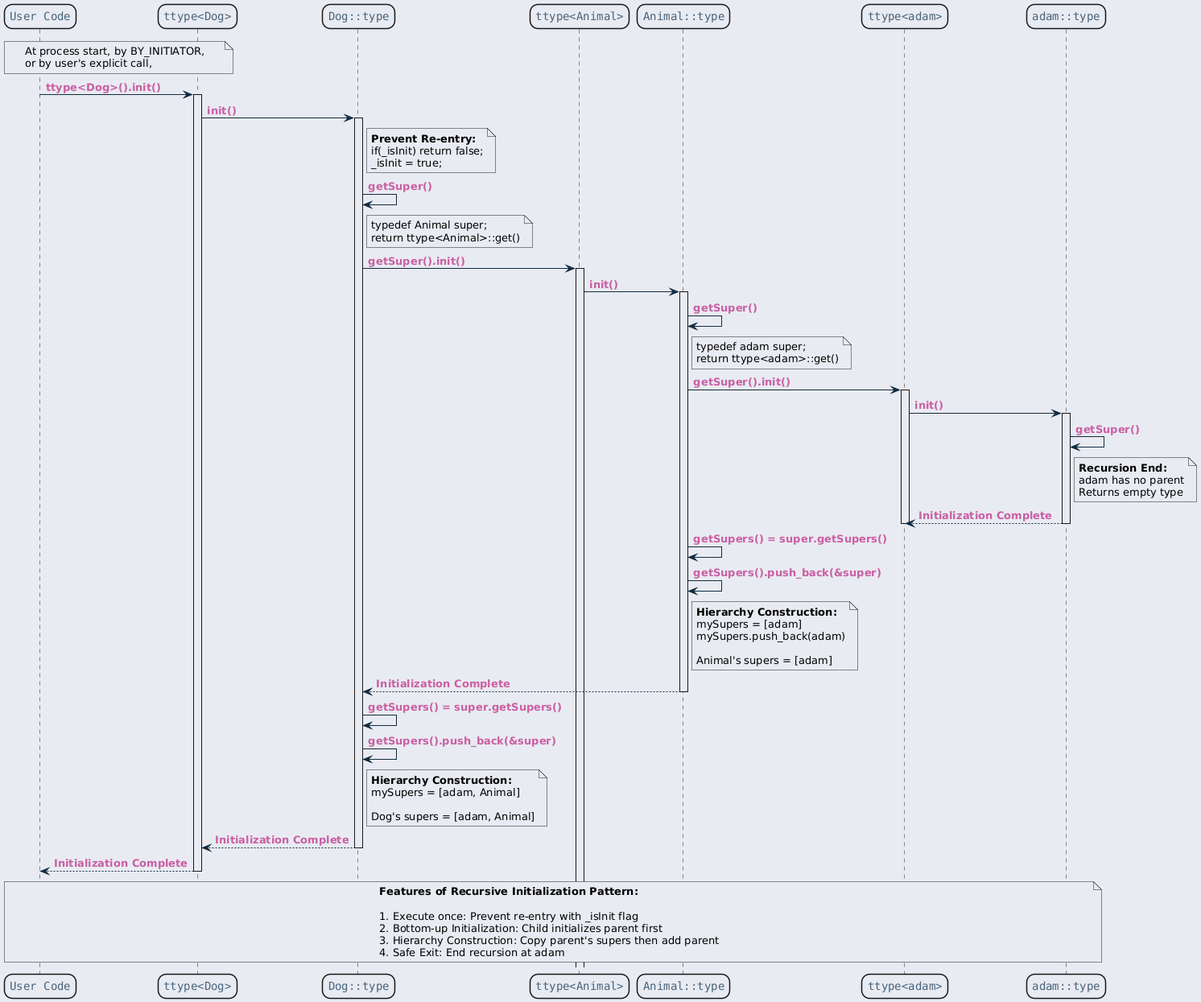
The PlantUML diagram ref/generated/ko/inline_umlgraph_8.png in byeolang/website, before a commit.
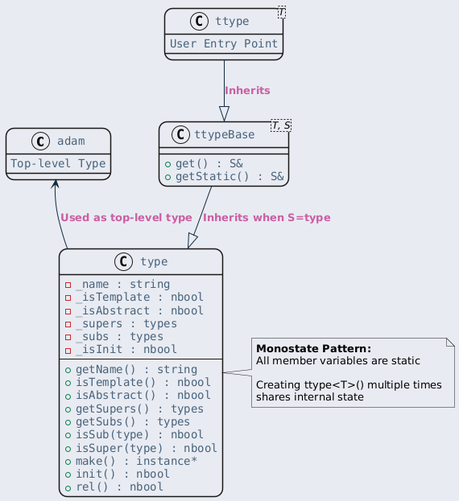
Later version of the same file.

Change to the diagram source:
```diff
@@ -23,102 +23,48 @@
     }
 }
 </style>
-participant "User Code" as user
-participant "ttype<Dog>" as ttypeDog
-participant "Dog::type" as dogType
-participant "ttype<Animal>" as ttypeAnimal
-participant "Animal::type" as animalType
-participant "ttype<adam>" as ttypeAdam
-participant "adam::type" as adamType
+class "adam" as adam {
+    Top-level Type
+}
 
-note over user, ttypeDog
-At process start, by BY_INITIATOR,
-or by user's explicit call,
+class "type" as type {
+    - _name : string
+    - _isTemplate : nbool
+    - _isAbstract : nbool
+    - _supers : types
+    - _subs : types
+    - _isInit : nbool
+    ---
+    + getName() : string
+    + isTemplate() : nbool
+    + isAbstract() : nbool
+    + getSupers() : types
+    + getSubs() : types
+    + isSub(type) : nbool
+    + isSuper(type) : nbool
+    + make() : instance*
+    + init() : nbool
+    + rel() : nbool
+}
+
+class "ttypeBase<T, S>" as ttypeBase {
+    + get() : S&
+    + getStatic() : S&
+}
+
+class "ttype<T>" as ttype {
+    User Entry Point
+}
+
+note right of type
+  <b>Monostate Pattern:</b>
+  All member variables are static
+
+  Creating ttype<T>() multiple times
+  shares internal state
 end note
 
-user -> ttypeDog : ttype<Dog>().init()
-activate ttypeDog
-
-ttypeDog -> dogType : init()
-activate dogType
-
-note right of dogType
-  <b>Prevent Re-entry:</b>
-  if(_isInit) return false;
-  _isInit = true;
-end note
-
-dogType -> dogType : getSuper()
-note right of dogType
-  typedef Animal super;
-  return ttype<Animal>::get()
-end note
-
-dogType -> ttypeAnimal : getSuper().init()
-activate ttypeAnimal
-
-ttypeAnimal -> animalType : init()
-activate animalType
-
-animalType -> animalType : getSuper()
-note right of animalType
-  typedef adam super;
-  return ttype<adam>::get()
-end note
-
-animalType -> ttypeAdam : getSuper().init()
-activate ttypeAdam
-
-ttypeAdam -> adamType : init()
-activate adamType
-
-adamType -> adamType : getSuper()
-note right of adamType
-  <b>Recursion End:</b>
-  adam has no parent
-  Returns empty type
-end note
-
-adamType --> ttypeAdam : Initialization Complete
-deactivate adamType
-deactivate ttypeAdam
-
-animalType -> animalType : getSupers() = super.getSupers()
-animalType -> animalType : getSupers().push_back(&super)
-
-note right of animalType
-  <b>Hierarchy Construction:</b>
-  mySupers = [adam]
-  mySupers.push_back(adam)
-
-  Animal's supers = [adam]
-end note
-
-animalType --> dogType : Initialization Complete
-deactivate animalType
-
-dogType -> dogType : getSupers() = super.getSupers()
-dogType -> dogType : getSupers().push_back(&super)
-
-note right of dogType
-  <b>Hierarchy Construction:</b>
-  mySupers = [adam, Animal]
-
-  Dog's supers = [adam, Animal]
-end note
-
-dogType --> ttypeDog : Initialization Complete
-deactivate dogType
-
-ttypeDog --> user : Initialization Complete
-deactivate ttypeDog
-
-note over user, adamType
-  <b>Features of Recursive Initialization Pattern:</b>
-
-  1. Execute once: Prevent re-entry with _isInit flag
-  2. Bottom-up Initialization: Child initializes parent first
-  3. Hierarchy Construction: Copy parent's supers then add parent
-  4. Safe Exit: End recursion at adam
-end note
+ttype --|> ttypeBase : Inherits
+ttypeBase --|> type : Inherits when S=type
+adam <-- type : Used as top-level type
 @enduml
```
